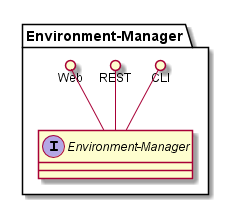
Earlier version of the PlantUML export docs/Solution/Environment-Manager/Logical.png (CAADE/C3).
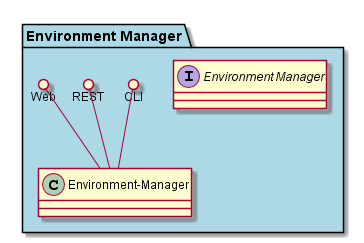
The same diagram one commit later.

Diff of the diagram source:
```diff
@@ -1,7 +1,7 @@
 @startuml
 
-package "Environment-Manager" {
-    interface "Environment-Manager" {
+package "Environment Manager" #lightblue {
+    interface "Environment Manager" {
 
     }
     CLI ()-- "Environment-Manager"
```
